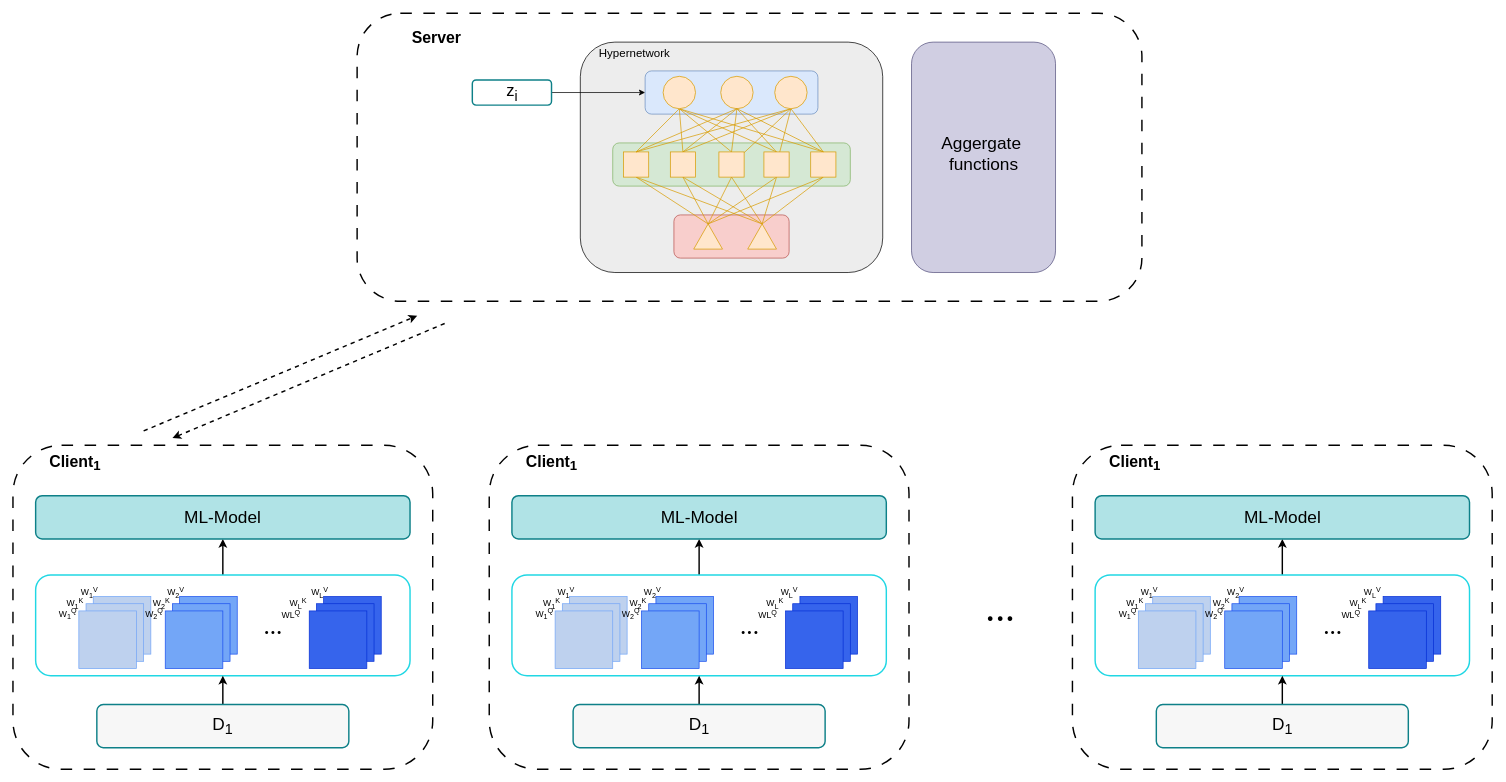
Above: Untitled Diagram.drawio in cxq-cxq/UShow (draw.io), before the change. Source tidied: cells renumbered, new cells numbered last; positions are measured from the earlier drawing's top-left corner, leaving out a move shared by most shapes. Both pictures are drawn from the tidied source at 72%, with x=0, y=0 at pixel (12, 13).
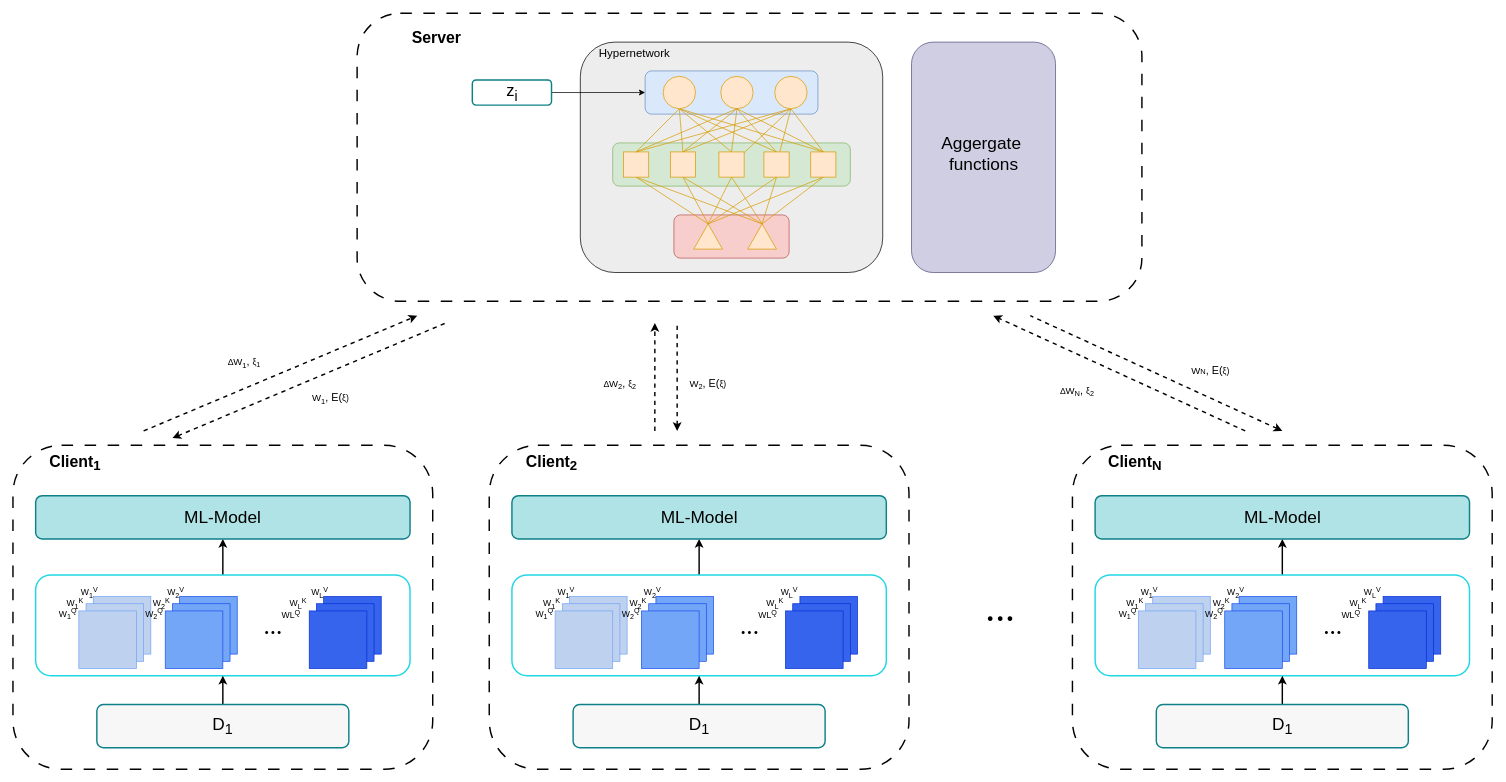
The same page after the edit.

Diff of the diagram source:
```diff
@@
-    <mxCell id="75" value="&lt;h2 style=&quot;&quot;&gt;&lt;font style=&quot;font-size: 22px;&quot;&gt;Client&lt;sub&gt;1&lt;/sub&gt;&lt;/font&gt;&lt;/h2&gt;" style="rounded=0;whiteSpace=wrap;html=1;strokeColor=none;fillColor=none;" parent="1" vertex="1">
+    <mxCell id="75" value="&lt;h2 style=&quot;&quot;&gt;&lt;font style=&quot;font-size: 22px;&quot;&gt;Client&lt;sub&gt;2&lt;/sub&gt;&lt;/font&gt;&lt;/h2&gt;" style="rounded=0;whiteSpace=wrap;html=1;strokeColor=none;fillColor=none;" parent="1" vertex="1">
       <mxGeometry x="708.5" y="610" width="80" height="30" as="geometry" />
     </mxCell>
@@
-    <mxCell id="102" value="&lt;h2 style=&quot;&quot;&gt;&lt;font style=&quot;font-size: 22px;&quot;&gt;Client&lt;sub&gt;1&lt;/sub&gt;&lt;/font&gt;&lt;/h2&gt;" style="rounded=0;whiteSpace=wrap;html=1;strokeColor=none;fillColor=none;" parent="1" vertex="1">
+    <mxCell id="102" value="&lt;h2 style=&quot;&quot;&gt;&lt;font style=&quot;font-size: 22px;&quot;&gt;Client&lt;sub&gt;N&lt;/sub&gt;&lt;/font&gt;&lt;/h2&gt;" style="rounded=0;whiteSpace=wrap;html=1;strokeColor=none;fillColor=none;" parent="1" vertex="1">
       <mxGeometry x="1518.5" y="610" width="80" height="30" as="geometry" />
     </mxCell>
@@
+    <mxCell id="129" style="endArrow=classic;html=1;rounded=0;strokeWidth=2;dashed=1;" parent="1" edge="1">
+      <mxGeometry relative="1" as="geometry">
+        <mxPoint x="892" y="580" as="sourcePoint" />
+        <mxPoint x="892" y="430" as="targetPoint" />
+      </mxGeometry>
+    </mxCell>
+    <mxCell id="130" style="endArrow=none;html=1;rounded=0;strokeWidth=2;dashed=1;startArrow=classic;startFill=1;endFill=0;" parent="1" edge="1">
+      <mxGeometry relative="1" as="geometry">
+        <mxPoint x="923" y="580" as="sourcePoint" />
+        <mxPoint x="923" y="430" as="targetPoint" />
+      </mxGeometry>
+    </mxCell>
+    <mxCell id="131" style="endArrow=classic;html=1;rounded=0;dashed=1;strokeWidth=2;" parent="1" edge="1">
+      <mxGeometry relative="1" as="geometry">
+        <mxPoint x="1712" y="580" as="sourcePoint" />
+        <mxPoint x="1362" y="420" as="targetPoint" />
+      </mxGeometry>
+    </mxCell>
+    <mxCell id="132" style="endArrow=none;html=1;rounded=0;dashed=1;strokeWidth=2;startArrow=classic;startFill=1;endFill=0;" parent="1" edge="1">
+      <mxGeometry relative="1" as="geometry">
+        <mxPoint x="1763.5" y="580" as="sourcePoint" />
+        <mxPoint x="1413.5" y="420" as="targetPoint" />
+      </mxGeometry>
+    </mxCell>
+    <mxCell id="133" value="&lt;div&gt;∆&lt;span style=&quot;font-size: 9.9626pt; font-family: CMMI10;&quot;&gt;W&lt;/span&gt;&lt;span style=&quot;font-family: CMMI10; font-size: 12.5px;&quot;&gt;&lt;sub&gt;1&lt;/sub&gt;&lt;/span&gt;&lt;span style=&quot;font-size: 15px; font-family: CMMI7;&quot;&gt;,&amp;nbsp;&lt;/span&gt;ξ&lt;sub&gt;1&lt;/sub&gt;&lt;/div&gt;" style="text;html=1;strokeColor=none;fillColor=none;align=center;verticalAlign=middle;whiteSpace=wrap;rounded=0;" parent="1" vertex="1">
+      <mxGeometry x="292" y="470" width="60" height="30" as="geometry" />
+    </mxCell>
+    <mxCell id="134" value="&lt;div&gt;&lt;span style=&quot;font-size: 9.9626pt; font-family: CMMI10;&quot;&gt;W&lt;/span&gt;&lt;span style=&quot;font-family: CMMI10; font-size: 12.5px;&quot;&gt;&lt;sub&gt;1&lt;/sub&gt;&lt;/span&gt;&lt;span style=&quot;font-size: 15px; font-family: CMMI7;&quot;&gt;, E(&lt;/span&gt;ξ)&lt;/div&gt;" style="text;html=1;strokeColor=none;fillColor=none;align=center;verticalAlign=middle;whiteSpace=wrap;rounded=0;" parent="1" vertex="1">
+      <mxGeometry x="412" y="520" width="60" height="30" as="geometry" />
+    </mxCell>
+    <mxCell id="135" value="&lt;div&gt;∆&lt;span style=&quot;font-size: 9.9626pt; font-family: CMMI10;&quot;&gt;W&lt;/span&gt;&lt;span style=&quot;font-family: CMMI10; font-size: 12.5px;&quot;&gt;&lt;sub&gt;2&lt;/sub&gt;&lt;/span&gt;&lt;span style=&quot;font-size: 15px; font-family: CMMI7;&quot;&gt;,&amp;nbsp;&lt;/span&gt;ξ&lt;sub&gt;2&lt;/sub&gt;&lt;/div&gt;" style="text;html=1;strokeColor=none;fillColor=none;align=center;verticalAlign=middle;whiteSpace=wrap;rounded=0;" parent="1" vertex="1">
+      <mxGeometry x="813.5" y="500" width="60" height="30" as="geometry" />
+    </mxCell>
+    <mxCell id="136" value="&lt;div&gt;&lt;span style=&quot;font-size: 9.9626pt; font-family: CMMI10;&quot;&gt;W&lt;/span&gt;&lt;span style=&quot;font-family: CMMI10; font-size: 12.5px;&quot;&gt;&lt;sub&gt;2&lt;/sub&gt;&lt;/span&gt;&lt;span style=&quot;font-size: 15px; font-family: CMMI7;&quot;&gt;, E(&lt;/span&gt;ξ)&lt;/div&gt;" style="text;html=1;strokeColor=none;fillColor=none;align=center;verticalAlign=middle;whiteSpace=wrap;rounded=0;" parent="1" vertex="1">
+      <mxGeometry x="936" y="500" width="60" height="30" as="geometry" />
+    </mxCell>
+    <mxCell id="137" value="&lt;div&gt;&lt;span style=&quot;font-size: 9.9626pt; font-family: CMMI10;&quot;&gt;W&lt;/span&gt;&lt;span style=&quot;font-family: CMMI10; font-size: 10.4167px;&quot;&gt;N&lt;/span&gt;&lt;span style=&quot;font-size: 15px; font-family: CMMI7;&quot;&gt;, E(&lt;/span&gt;ξ)&lt;/div&gt;" style="text;html=1;strokeColor=none;fillColor=none;align=center;verticalAlign=middle;whiteSpace=wrap;rounded=0;" parent="1" vertex="1">
+      <mxGeometry x="1633.5" y="480" width="60" height="30" as="geometry" />
+    </mxCell>
+    <mxCell id="138" value="&lt;div&gt;∆&lt;span style=&quot;font-size: 9.9626pt; font-family: CMMI10;&quot;&gt;W&lt;/span&gt;&lt;span style=&quot;font-family: CMMI10; font-size: 12.5px;&quot;&gt;&lt;sub&gt;N&lt;/sub&gt;&lt;/span&gt;&lt;span style=&quot;font-size: 15px; font-family: CMMI7;&quot;&gt;,&amp;nbsp;&lt;/span&gt;ξ&lt;sub&gt;2&lt;/sub&gt;&lt;/div&gt;" style="text;html=1;strokeColor=none;fillColor=none;align=center;verticalAlign=middle;whiteSpace=wrap;rounded=0;" parent="1" vertex="1">
+      <mxGeometry x="1448.5" y="510" width="60" height="30" as="geometry" />
+    </mxCell>
```
